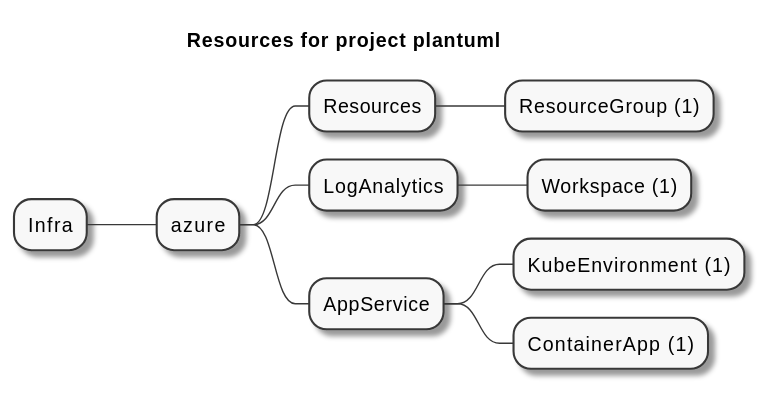
grucloud/grucloud keeps this PlantUML diagram as examples/azure/container-apps/plantuml/artifacts/resources-mindmap.svg. Above is the earlier version.
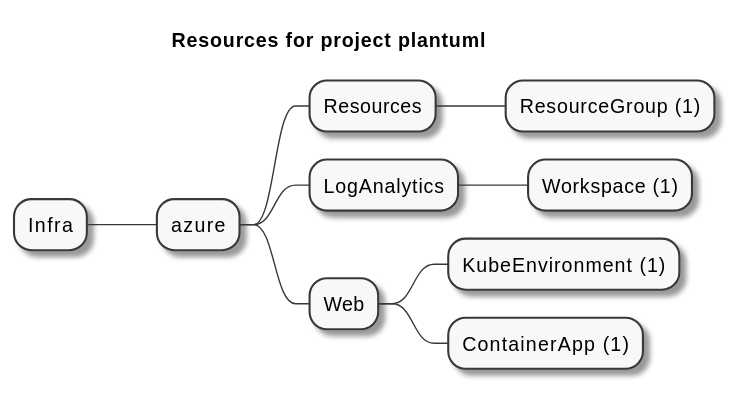
Above is the later version.

Diff of the diagram source:
```diff
@@ -7,7 +7,7 @@
 ++++ ResourceGroup (1)
 +++ LogAnalytics
 ++++ Workspace (1)
-+++ AppService
++++ Web
 ++++ KubeEnvironment (1)
 ++++ ContainerApp (1)
 @endmindmap
```
